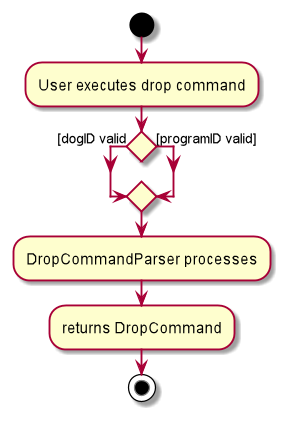
Earlier version of the PlantUML export docs/images/DropActivityDiagram.png (nus-cs2103-AY2021S2/tp). Its diagram source:
```plantuml
@startuml

start
:User executes drop command;
if () then ([dogID valid)
else ([programID valid])
endif
:DropCommandParser processes;
:returns DropCommand;
stop

@enduml
```
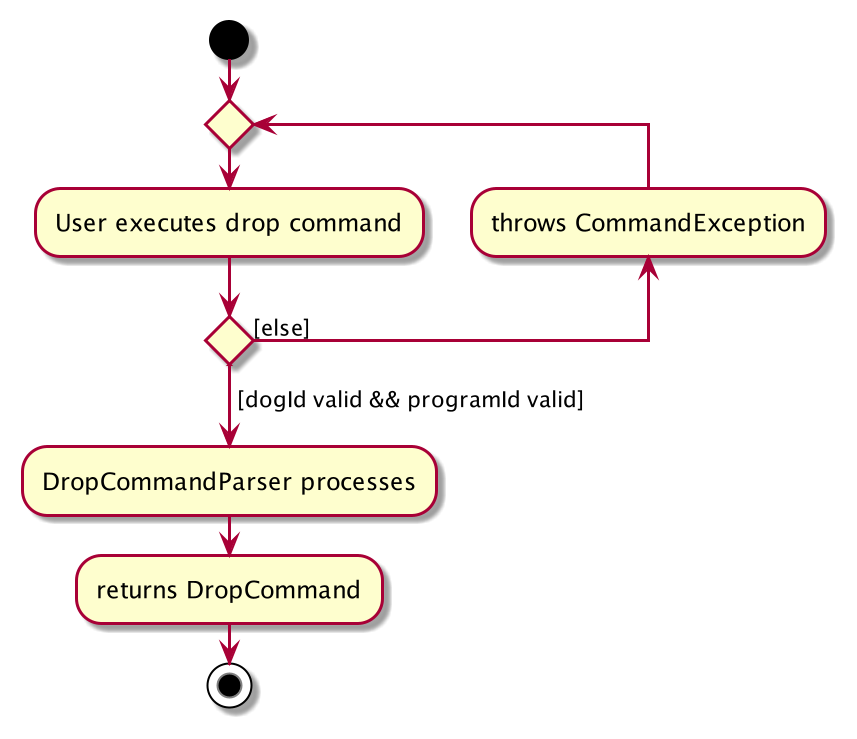
After the commit.

Commit message:
Update UG for enrol command, update activity diagram for enrol and drop

The edit, as a diff of the source:
```diff
@@ -1,10 +1,12 @@
 @startuml
 
 start
-:User executes drop command;
-if () then ([dogID valid)
-else ([programID valid])
-endif
+
+repeat
+  :User executes drop command;
+  backward:throws CommandException;
+repeat while () is ([else])
+->[dogId valid && programId valid];
 :DropCommandParser processes;
 :returns DropCommand;
 stop
```
